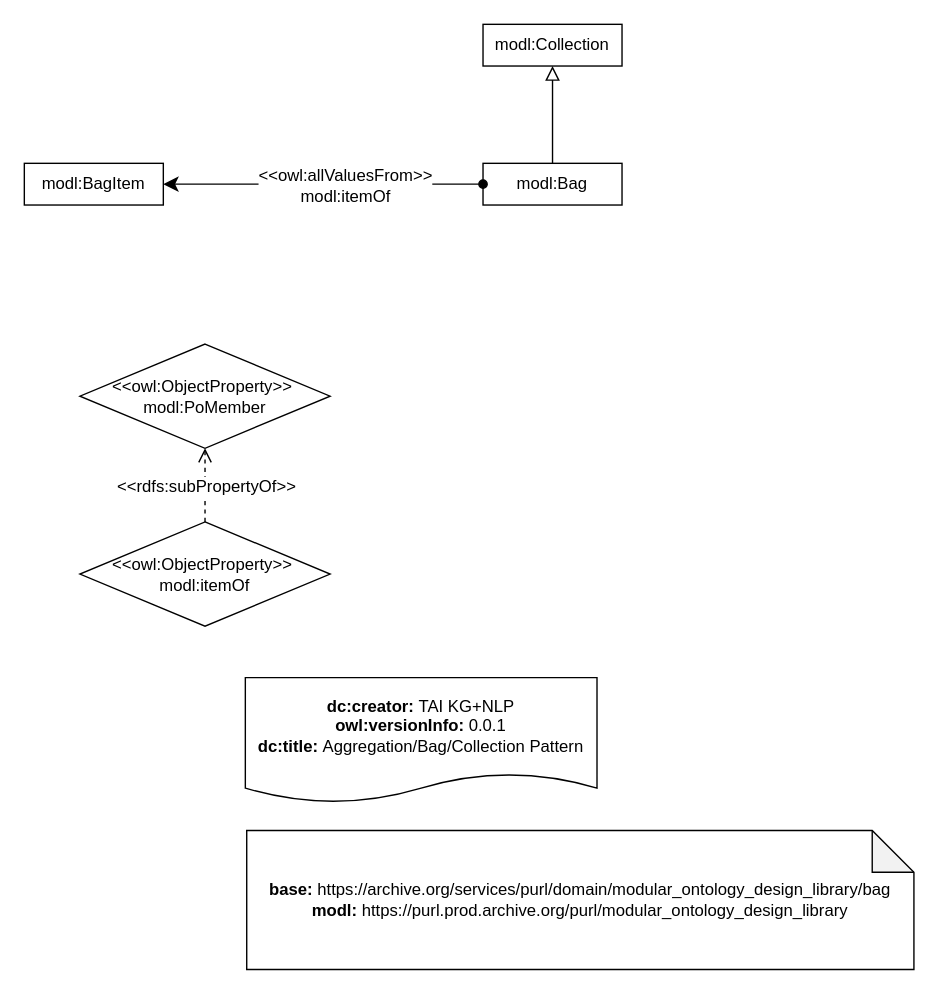
Above: Drawio Patterns/aggregation.drawio in nd-crane/Drawio-experiments (draw.io), before the change. Source tidied: cells renumbered, new cells numbered last; positions are measured from the earlier drawing's top-left corner, leaving out a move shared by most shapes. Both pictures are drawn from the tidied source at 139%, with x=0, y=0 at pixel (24, 24).
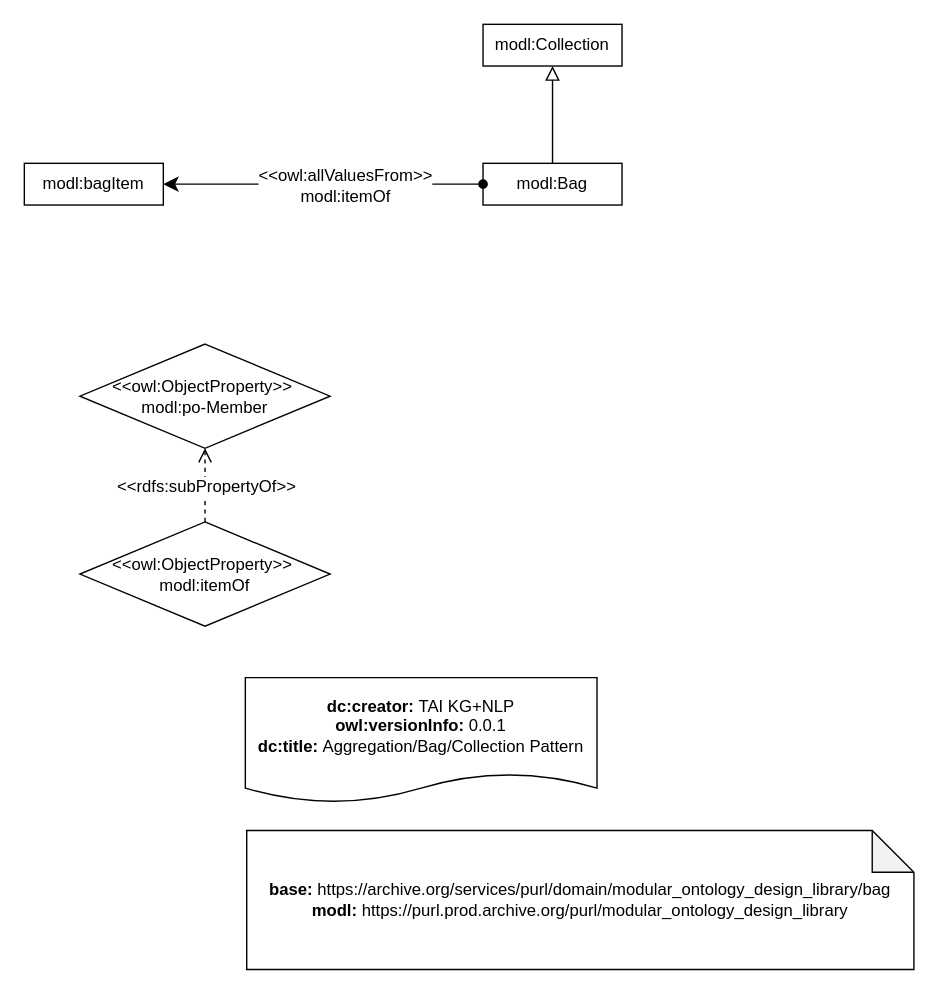
The same page after the edit.

What changed in the source:
```diff
@@
 <mxGraphModel>
   <root>
     <mxCell id="0" />
     <mxCell id="1" parent="0" />
     <mxCell id="2" style="endArrow=block;html=1;fontColor=#000099;exitX=0.5;exitY=0;exitDx=0;exitDy=0;endFill=0;entryX=0.5;entryY=1;entryDx=0;entryDy=0;endSize=8;arcSize=0;" parent="1" edge="1" source="4" target="3">
       <mxGeometry relative="1" as="geometry" />
     </mxCell>
     <mxCell id="3" value="modl:Collection" style="rounded=0;whiteSpace=wrap;html=1;snapToPoint=1;points=[[0.1,0],[0.2,0],[0.3,0],[0.4,0],[0.5,0],[0.6,0],[0.7,0],[0.8,0],[0.9,0],[0,0.1],[0,0.3],[0,0.5],[0,0.7],[0,0.9],[0.1,1],[0.2,1],[0.3,1],[0.4,1],[0.5,1],[0.6,1],[0.7,1],[0.8,1],[0.9,1],[1,0.1],[1,0.3],[1,0.5],[1,0.7],[1,0.9]];" parent="1" vertex="1">
       <mxGeometry x="330" width="100" height="30" as="geometry" />
     </mxCell>
     <mxCell id="4" value="modl:Bag" style="rounded=0;whiteSpace=wrap;html=1;snapToPoint=1;points=[[0.1,0],[0.2,0],[0.3,0],[0.4,0],[0.5,0],[0.6,0],[0.7,0],[0.8,0],[0.9,0],[0,0.1],[0,0.3],[0,0.5],[0,0.7],[0,0.9],[0.1,1],[0.2,1],[0.3,1],[0.4,1],[0.5,1],[0.6,1],[0.7,1],[0.8,1],[0.9,1],[1,0.1],[1,0.3],[1,0.5],[1,0.7],[1,0.9]];" parent="1" vertex="1">
       <mxGeometry x="330" y="100" width="100" height="30" as="geometry" />
     </mxCell>
-    <mxCell id="5" value="modl:BagItem" style="rounded=0;whiteSpace=wrap;html=1;snapToPoint=1;points=[[0.1,0],[0.2,0],[0.3,0],[0.4,0],[0.5,0],[0.6,0],[0.7,0],[0.8,0],[0.9,0],[0,0.1],[0,0.3],[0,0.5],[0,0.7],[0,0.9],[0.1,1],[0.2,1],[0.3,1],[0.4,1],[0.5,1],[0.6,1],[0.7,1],[0.8,1],[0.9,1],[1,0.1],[1,0.3],[1,0.5],[1,0.7],[1,0.9]];" parent="1" vertex="1">
+    <mxCell id="5" value="modl:bagItem" style="rounded=0;whiteSpace=wrap;html=1;snapToPoint=1;points=[[0.1,0],[0.2,0],[0.3,0],[0.4,0],[0.5,0],[0.6,0],[0.7,0],[0.8,0],[0.9,0],[0,0.1],[0,0.3],[0,0.5],[0,0.7],[0,0.9],[0.1,1],[0.2,1],[0.3,1],[0.4,1],[0.5,1],[0.6,1],[0.7,1],[0.8,1],[0.9,1],[1,0.1],[1,0.3],[1,0.5],[1,0.7],[1,0.9]];" parent="1" vertex="1">
       <mxGeometry y="100" width="100" height="30" as="geometry" />
     </mxCell>
     <mxCell id="6" style="endArrow=classic;html=1;exitX=0;exitY=0.5;exitDx=0;exitDy=0;endSize=8;startArrow=oval;startFill=1;arcSize=0;entryX=1;entryY=0.5;entryDx=0;entryDy=0;" parent="1" edge="1" source="4" target="5">
       <mxGeometry relative="1" as="geometry" />
     </mxCell>
     <mxCell id="7" value="&lt;div&gt;&amp;lt;&amp;lt;owl:allValuesFrom&amp;gt;&amp;gt;&lt;/div&gt;&lt;div&gt;modl:itemOf&lt;/div&gt;" style="text;html=1;align=center;verticalAlign=middle;labelBackgroundColor=#ffffff;" parent="6" vertex="1">
       <mxGeometry x="-0.13" relative="1" as="geometry" />
     </mxCell>
-    <mxCell id="8" value="&lt;div&gt;&amp;lt;&amp;lt;owl:ObjectProperty&amp;gt;&amp;gt;&amp;nbsp;&lt;br&gt;&lt;/div&gt;&lt;div&gt;modl:PoMember&lt;/div&gt;" style="rhombus;whiteSpace=wrap;html=1;" parent="1" vertex="1">
+    <mxCell id="8" value="&lt;div&gt;&amp;lt;&amp;lt;owl:ObjectProperty&amp;gt;&amp;gt;&amp;nbsp;&lt;br&gt;&lt;/div&gt;&lt;div&gt;modl:po-Member&lt;/div&gt;" style="rhombus;whiteSpace=wrap;html=1;" parent="1" vertex="1">
       <mxGeometry x="40" y="230" width="180" height="75" as="geometry" />
     </mxCell>
     <mxCell id="9" value="&lt;div&gt;&amp;lt;&amp;lt;owl:ObjectProperty&amp;gt;&amp;gt;&amp;nbsp;&lt;br&gt;&lt;/div&gt;&lt;div&gt;modl:itemOf&lt;/div&gt;" style="rhombus;whiteSpace=wrap;html=1;" parent="1" vertex="1">
       <mxGeometry x="40" y="358" width="180" height="75" as="geometry" />
     </mxCell>
     <mxCell id="10" style="endArrow=open;html=1;fontColor=#000099;endFill=0;dashed=1;entryX=0.5;entryY=1;entryDx=0;entryDy=0;endSize=8;" parent="1" edge="1" source="9" target="8">
       <mxGeometry relative="1" as="geometry" />
     </mxCell>
     <mxCell id="11" value="&amp;lt;&amp;lt;rdfs:subPropertyOf&amp;gt;&amp;gt;" style="text;html=1;align=center;verticalAlign=middle;fontColor=#000000;labelBackgroundColor=#ffffff;" parent="10" vertex="1">
       <mxGeometry x="-0.33" relative="1" as="geometry">
         <mxPoint y="-7.1" as="offset" />
       </mxGeometry>
     </mxCell>
     <mxCell id="12" value="&lt;div&gt;&lt;/div&gt;&lt;b&gt;base:&amp;nbsp;&lt;/b&gt;https://archive.org/services/purl/domain/modular_ontology_design_library/bag&lt;br&gt;&lt;b&gt;modl:&amp;nbsp;&lt;/b&gt;https://purl.prod.archive.org/purl/modular_ontology_design_library" style="shape=note;whiteSpace=wrap;html=1;backgroundOutline=1;darkOpacity=0.05;" parent="1" vertex="1">
       <mxGeometry x="160" y="580" width="480" height="100" as="geometry" />
     </mxCell>
     <mxCell id="13" value="&lt;div&gt;&lt;b&gt;dc:creator:&lt;/b&gt;&amp;nbsp;TAI KG+NLP&lt;/div&gt;&lt;div&gt;&lt;b&gt;owl:versionInfo:&lt;/b&gt; 0.0.1&lt;/div&gt;&lt;div&gt;&lt;b&gt;dc:title:&lt;/b&gt;&amp;nbsp;Aggregation/Bag/Collection Pattern&lt;/div&gt;" style="shape=document;whiteSpace=wrap;html=1;boundedLbl=1;labelBackgroundColor=#ffffff;strokeColor=#000000;fontSize=12;fontColor=#000000;size=0.23333333333333334;" parent="1" vertex="1">
       <mxGeometry x="159" y="470" width="253" height="90" as="geometry" />
     </mxCell>
   </root>
 </mxGraphModel>
```
